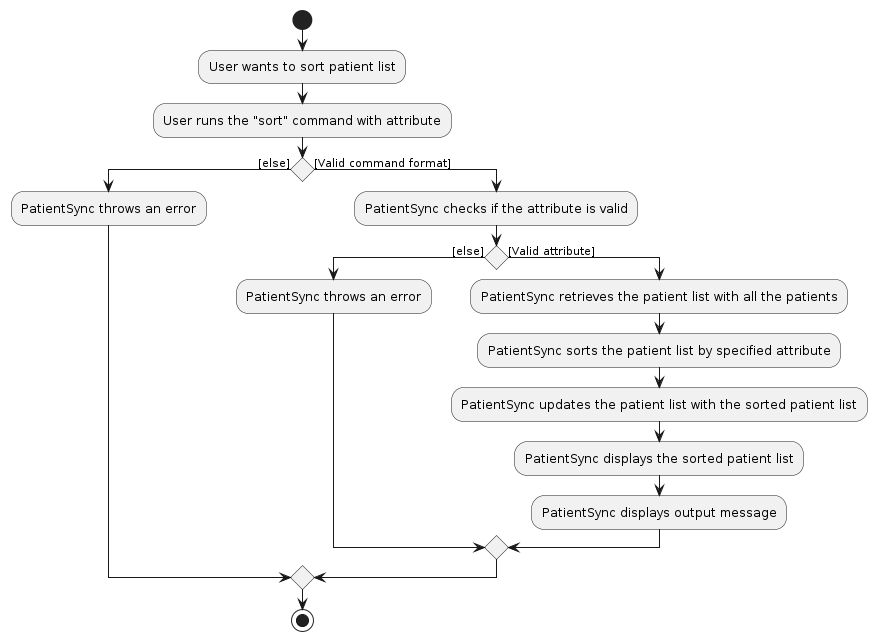
Above: diagrams/SortActivityDiagram.png in NeoHW/tp (PlantUML), before the change. Its source is kept beside it as diagrams/SortActivityDiagram.puml.
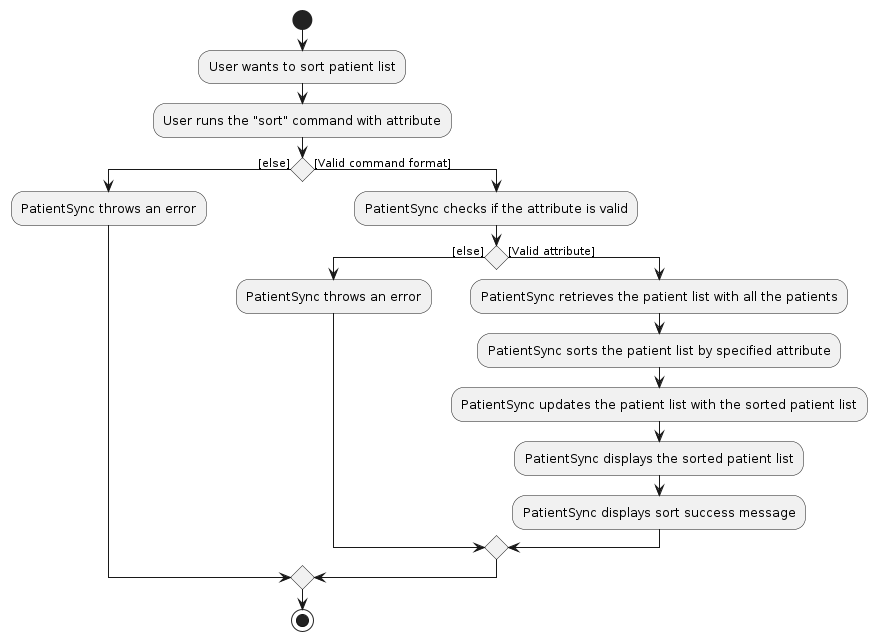
After the commit.

The edit, as a diff of the source:
```diff
@@ -13,7 +13,7 @@
         :PatientSync sorts the patient list by specified attribute;
         :PatientSync updates the patient list with the sorted patient list;
         :PatientSync displays the sorted patient list;
-        :PatientSync displays output message;
+        :PatientSync displays sort success message;
     endif
 endif
 stop
```
